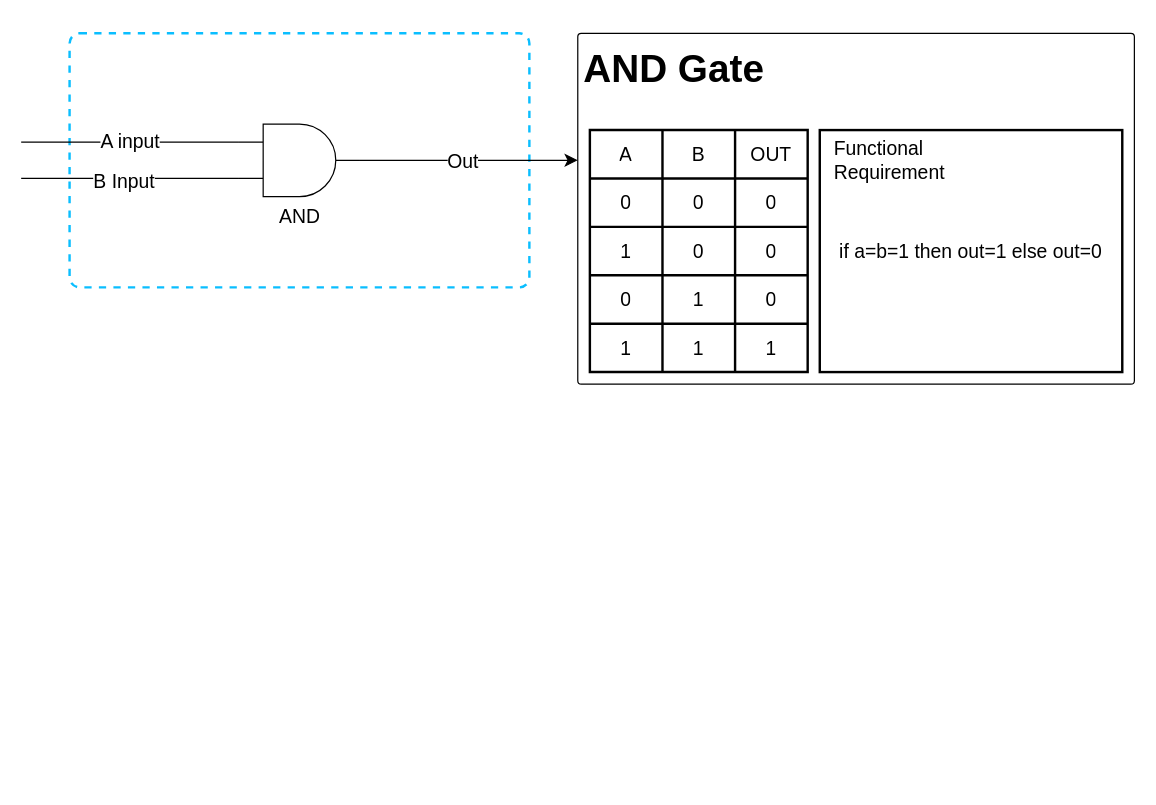
0xThurling/ComputerScience keeps this draw.io diagram as Nand-2-Tetris/LogicGates.drawio. Above is the earlier version. Source tidied: cells renumbered, new cells numbered last; positions are measured from the earlier drawing's top-left corner, leaving out a move shared by most shapes. Both pictures are drawn from the tidied source at 121%, with x=0, y=0 at pixel (21, 33).
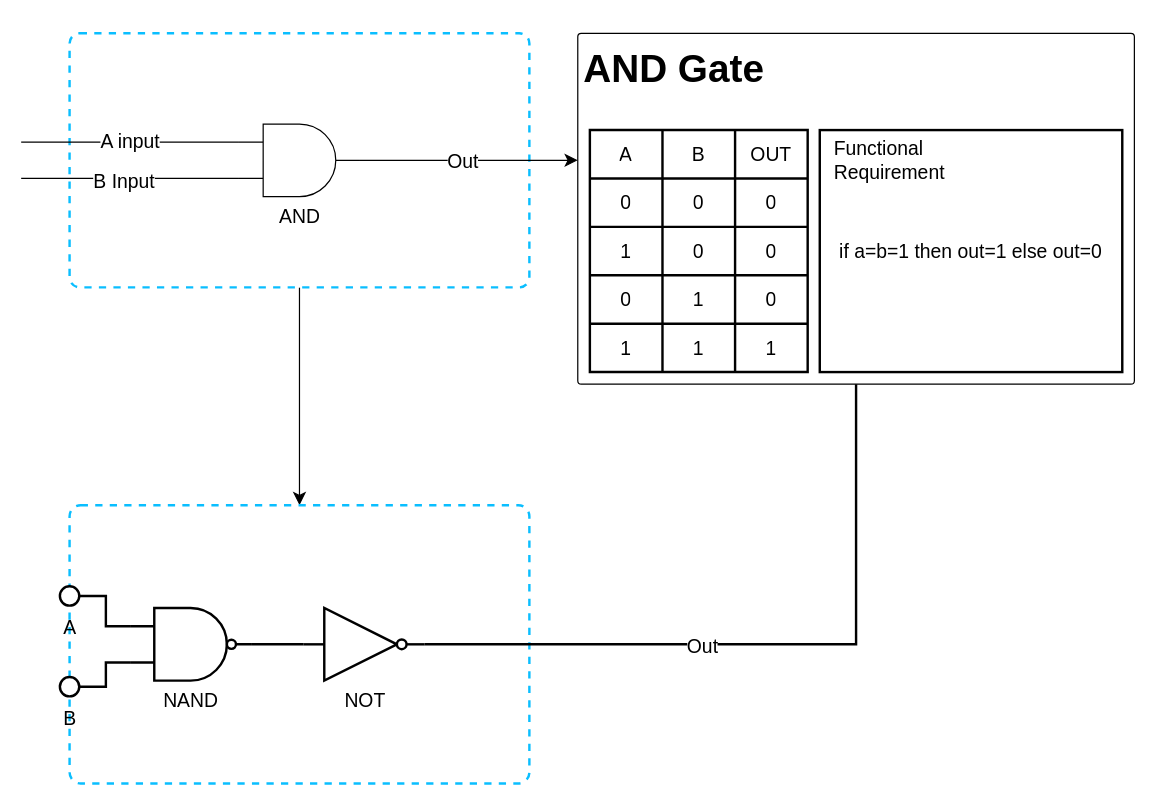
Above is the later version.

The change refers to these unchanged cells:
```xml
<mxCell id="2" style="rounded=1;whiteSpace=wrap;html=1;fontSize=16;arcSize=4;dashed=1;strokeColor=#0ABEFF;strokeWidth=2;" parent="1" vertex="1">
  <mxGeometry x="40" width="380" height="210" as="geometry" />
</mxCell>
<mxCell id="10" value="&lt;h1&gt;AND Gate&lt;/h1&gt;&lt;p&gt;&lt;br&gt;&lt;/p&gt;" style="text;html=1;strokeColor=default;fillColor=none;spacing=5;spacingTop=-20;whiteSpace=wrap;overflow=hidden;rounded=1;fontSize=16;arcSize=1;" parent="1" vertex="1">
  <mxGeometry x="460" width="460" height="290" as="geometry" />
</mxCell>
```

Change to the diagram source:
```diff
@@
+    <mxCell id="34" style="edgeStyle=none;curved=1;rounded=0;jettySize=auto;html=1;fontSize=12;startSize=8;endSize=8;" parent="1" edge="1" source="2" target="35">
+      <mxGeometry relative="1" as="geometry" />
+    </mxCell>
@@
+    <mxCell id="35" style="whiteSpace=wrap;html=1;fontSize=16;strokeColor=#0ABEFF;rounded=1;arcSize=4;dashed=1;strokeWidth=2;" parent="1" vertex="1">
+      <mxGeometry x="40" y="390" width="380" height="230" as="geometry" />
+    </mxCell>
+    <mxCell id="36" style="edgeStyle=segmentEdgeStyle;endArrow=none;html=1;curved=0;rounded=0;endSize=8;startSize=8;fontSize=12;exitX=0.9;exitY=0.5;exitDx=0;exitDy=0;exitPerimeter=0;endFill=0;entryX=0;entryY=0.25;entryDx=0;entryDy=0;entryPerimeter=0;strokeWidth=2;" parent="1" edge="1" source="37" target="40">
+      <mxGeometry relative="1" as="geometry">
+        <Array as="points">
+          <mxPoint x="70" y="465" />
+          <mxPoint x="70" y="490" />
+        </Array>
+      </mxGeometry>
+    </mxCell>
+    <mxCell id="37" value="A" style="verticalLabelPosition=bottom;shadow=0;dashed=0;align=center;html=1;verticalAlign=top;shape=mxgraph.electrical.logic_gates.inverting_contact;rounded=1;strokeColor=default;strokeWidth=2;fontSize=16;" parent="1" vertex="1">
+      <mxGeometry x="30" y="455" width="20" height="20" as="geometry" />
+    </mxCell>
+    <mxCell id="38" style="edgeStyle=segmentEdgeStyle;endArrow=none;html=1;curved=0;rounded=0;endSize=8;startSize=8;fontSize=12;entryX=0;entryY=0.75;entryDx=0;entryDy=0;entryPerimeter=0;endFill=0;strokeWidth=2;startArrow=none;exitX=0.9;exitY=0.5;exitDx=0;exitDy=0;exitPerimeter=0;" parent="1" edge="1" source="41" target="40">
+      <mxGeometry relative="1" as="geometry">
+        <Array as="points">
+          <mxPoint x="70" y="540" />
+          <mxPoint x="70" y="520" />
+        </Array>
+      </mxGeometry>
+    </mxCell>
+    <mxCell id="39" style="edgeStyle=none;curved=1;rounded=0;jettySize=auto;html=1;exitX=1;exitY=0.5;exitDx=0;exitDy=0;exitPerimeter=0;entryX=0;entryY=0.5;entryDx=0;entryDy=0;entryPerimeter=0;strokeWidth=2;fontSize=12;endArrow=none;endFill=0;startSize=8;endSize=8;" parent="1" edge="1" source="40" target="44">
+      <mxGeometry relative="1" as="geometry" />
+    </mxCell>
+    <mxCell id="40" value="NAND" style="verticalLabelPosition=bottom;shadow=0;dashed=0;align=center;html=1;verticalAlign=top;shape=mxgraph.electrical.logic_gates.logic_gate;operation=and;negating=1;negSize=0.15;rounded=1;strokeColor=default;strokeWidth=2;fontSize=16;" parent="1" vertex="1">
+      <mxGeometry x="90" y="475" width="100" height="60" as="geometry" />
+    </mxCell>
+    <mxCell id="41" value="B" style="verticalLabelPosition=bottom;shadow=0;dashed=0;align=center;html=1;verticalAlign=top;shape=mxgraph.electrical.logic_gates.inverting_contact;rounded=1;strokeColor=default;strokeWidth=2;fontSize=16;" parent="1" vertex="1">
+      <mxGeometry x="30" y="530" width="20" height="20" as="geometry" />
+    </mxCell>
+    <mxCell id="42" style="edgeStyle=orthogonalEdgeStyle;rounded=0;jettySize=auto;html=1;exitX=1;exitY=0.5;exitDx=0;exitDy=0;exitPerimeter=0;strokeWidth=2;fontSize=12;endArrow=none;endFill=0;startSize=8;endSize=8;entryX=0.5;entryY=1;entryDx=0;entryDy=0;" parent="1" edge="1" source="44" target="10">
+      <mxGeometry relative="1" as="geometry" />
+    </mxCell>
+    <mxCell id="43" value="Out" style="edgeLabel;html=1;align=center;verticalAlign=middle;fontSize=16;" parent="42" vertex="1">
+      <mxGeometry x="-0.2" y="-1" relative="1" as="geometry" />
+    </mxCell>
+    <mxCell id="44" value="NOT" style="verticalLabelPosition=bottom;shadow=0;dashed=0;align=center;html=1;verticalAlign=top;shape=mxgraph.electrical.logic_gates.inverter_2;rounded=1;strokeColor=default;strokeWidth=2;fontSize=16;" parent="1" vertex="1">
+      <mxGeometry x="233.5" y="475" width="100" height="60" as="geometry" />
+    </mxCell>
```
